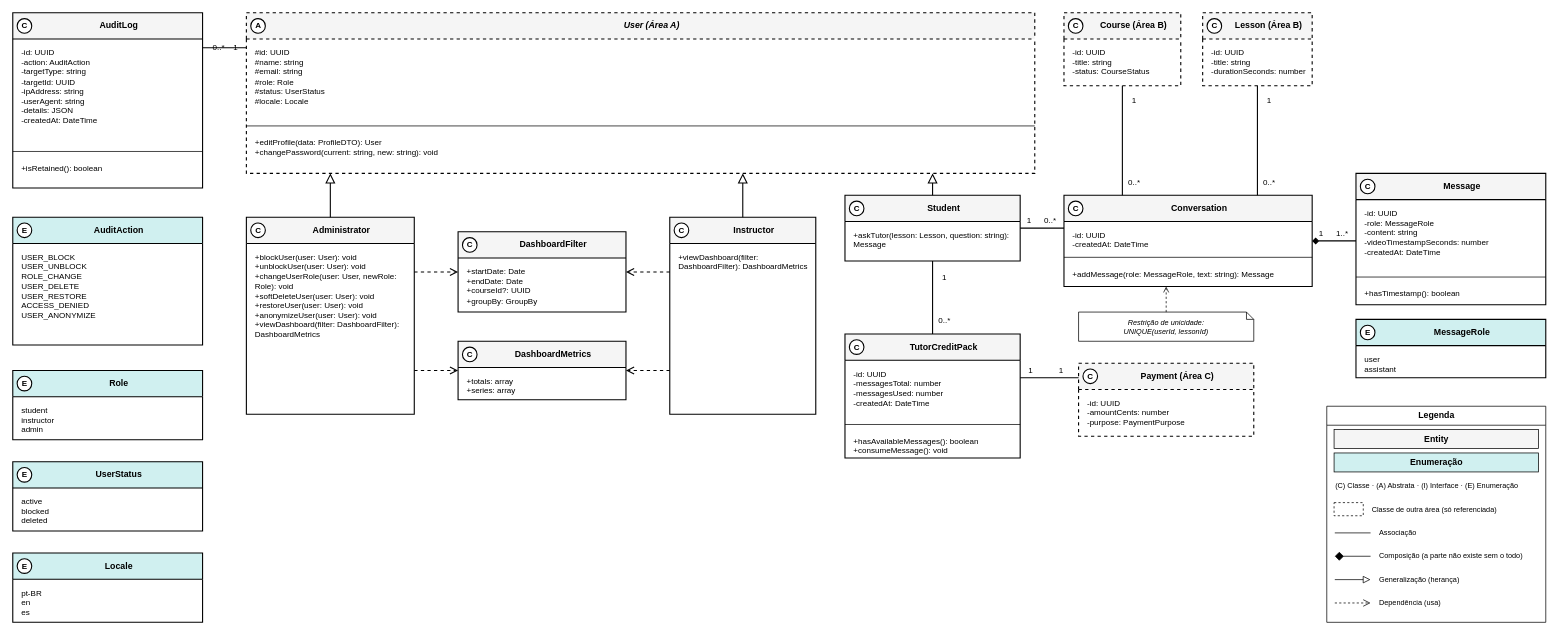
Plataforma-de-Cursos-TCC/plataforma-cursos-docs keeps this draw.io diagram as especificacao/diagramas/13-classes-area-d-negocial.drawio. Above is the earlier version. Source tidied: cells renumbered, new cells numbered last; positions are measured from the earlier drawing's top-left corner, leaving out a move shared by most shapes. Both pictures are drawn from the tidied source at 73%, with x=0, y=0 at pixel (12, 12).
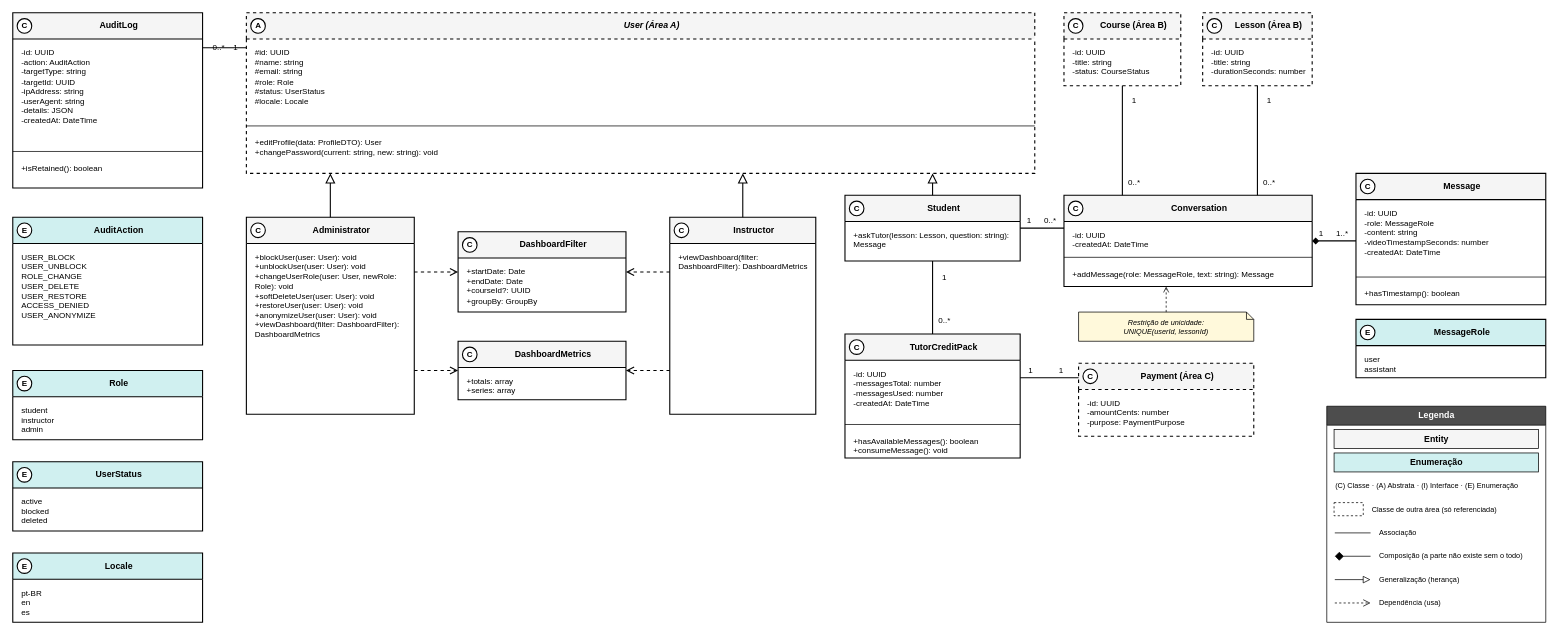
The same page after the edit.

The edit, as a diff of the source:
```diff
@@
-    <mxCell id="20" value="&lt;i&gt;Restrição de unicidade:&lt;br&gt;UNIQUE(userId, lessonId)&lt;/i&gt;" style="shape=note;whiteSpace=wrap;html=1;size=10;verticalAlign=middle;align=center;fillColor=#FFFFFF;strokeColor=#000000;strokeWidth=1;fontFamily=Helvetica;fontSize=10;fontColor=#000000;" parent="1" vertex="1">
+    <mxCell id="20" value="&lt;i&gt;Restrição de unicidade:&lt;br&gt;UNIQUE(userId, lessonId)&lt;/i&gt;" style="shape=note;whiteSpace=wrap;html=1;size=10;verticalAlign=middle;align=center;fillColor=#FFF9DB;strokeColor=#000000;strokeWidth=1;fontFamily=Helvetica;fontSize=10;fontColor=#000000;" parent="1" vertex="1">
       <mxGeometry x="1460" y="410" width="240" height="40" as="geometry" />
     </mxCell>
@@
-    <mxCell id="96" value="Legenda" style="swimlane;html=1;rounded=0;startSize=26;fontStyle=1;fillColor=#FFFFFF;swimlaneFillColor=#FFFFFF;strokeColor=#000000;" parent="1" vertex="1">
+    <mxCell id="96" value="Legenda" style="swimlane;html=1;rounded=0;startSize=26;fontStyle=1;fillColor=#4D4D4D;fontColor=#FFFFFF;swimlaneFillColor=#FFFFFF;strokeColor=#000000;" parent="1" vertex="1">
       <mxGeometry x="1800" y="539" width="300" height="296" as="geometry" />
     </mxCell>
```
